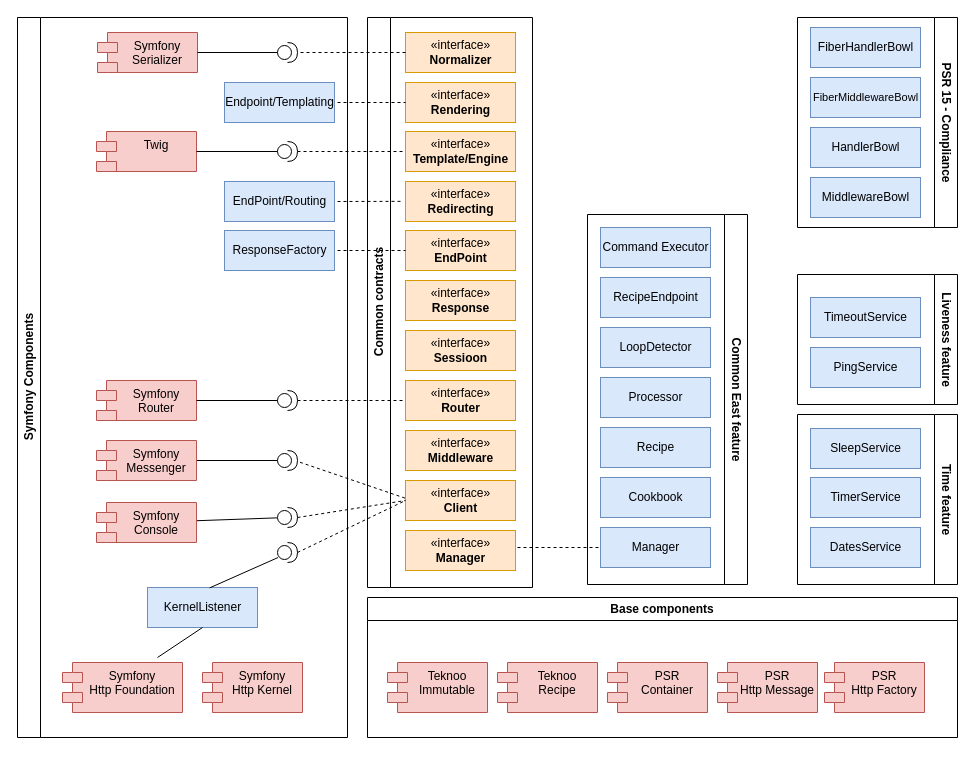
This is documentation/architecture.drawio from TeknooSoftware/east-foundation, a draw.io file, before an edit. Source tidied: cells renumbered, new cells numbered last; positions are measured from the earlier drawing's top-left corner, leaving out a move shared by most shapes. Both pictures are drawn from the tidied source at 100%, with x=0, y=0 at pixel (17, 17).
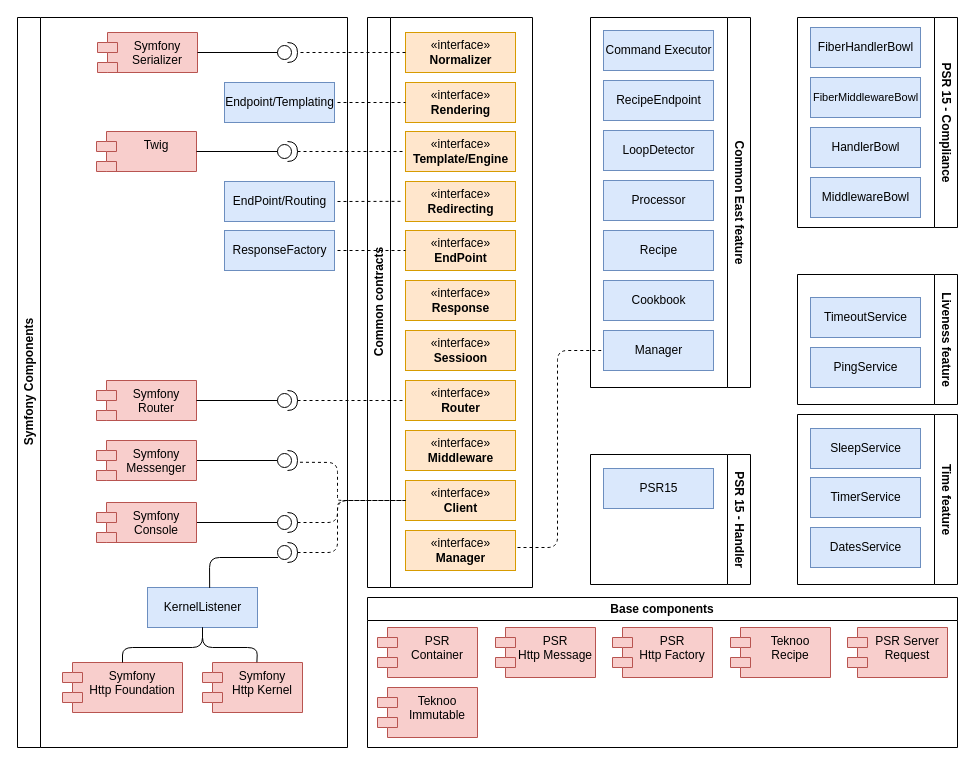
The same diagram, later.

Commit message (it also covers changes not shown here):
## [7.5.2] - 2024-02-04 ### Stable Release - Update documentation. - Require `Recipe` 4.6+

The change refers to these unchanged cells:
```xml
<mxCell id="3" value="Symfony&#10;Http Foundation" style="shape=module;align=left;spacingLeft=20;align=center;verticalAlign=top;fillColor=#f8cecc;strokeColor=#b85450;" parent="2" vertex="1">
  <mxGeometry x="45" y="645" width="120" height="50" as="geometry" />
</mxCell>
<mxCell id="4" value="Symfony&#10;Http Kernel" style="shape=module;align=left;spacingLeft=20;align=center;verticalAlign=top;fillColor=#f8cecc;strokeColor=#b85450;" parent="2" vertex="1">
  <mxGeometry x="185" y="645" width="100" height="50" as="geometry" />
</mxCell>
<mxCell id="10" style="shape=providedRequiredInterface;html=1;verticalLabelPosition=bottom;sketch=0;" parent="2" vertex="1">
  <mxGeometry x="260" y="525" width="20" height="20" as="geometry" />
</mxCell>
<mxCell id="13" style="shape=providedRequiredInterface;html=1;verticalLabelPosition=bottom;sketch=0;" parent="2" vertex="1">
  <mxGeometry x="260" y="433" width="20" height="20" as="geometry" />
</mxCell>
<mxCell id="17" value="KernelListener" style="html=1;fillColor=#dae8fc;strokeColor=#6c8ebf;" parent="2" vertex="1">
  <mxGeometry x="130" y="570" width="110" height="40" as="geometry" />
</mxCell>
<mxCell id="31" value="«interface»&lt;br&gt;&lt;b&gt;Client&lt;/b&gt;" style="html=1;fillColor=#ffe6cc;strokeColor=#d79b00;" parent="25" vertex="1">
  <mxGeometry x="38" y="463" width="110" height="40" as="geometry" />
</mxCell>
<mxCell id="43" value="Manager" style="html=1;fillColor=#dae8fc;strokeColor=#6c8ebf;" parent="42" vertex="1">
  <mxGeometry x="13" y="313" width="110" height="40" as="geometry" />
</mxCell>
```

The edit, as a diff of the source:
```diff
@@
     <mxCell id="2" value="Symfony Components" style="swimlane;horizontal=0;whiteSpace=wrap;html=1;" parent="1" vertex="1">
-      <mxGeometry width="330" height="720" as="geometry" />
+      <mxGeometry width="330" height="730" as="geometry" />
     </mxCell>
@@
     <mxCell id="9" style="shape=providedRequiredInterface;html=1;verticalLabelPosition=bottom;sketch=0;" parent="2" vertex="1">
-      <mxGeometry x="260" y="490" width="20" height="20" as="geometry" />
+      <mxGeometry x="260" y="495" width="20" height="20" as="geometry" />
     </mxCell>
@@
-    <mxCell id="18" style="endArrow=none;html=1;rounded=0;entryX=0.03;entryY=0.75;entryDx=0;entryDy=0;endFill=0;entryPerimeter=0;exitX=0.565;exitY=0.01;exitDx=0;exitDy=0;exitPerimeter=0;" parent="2" edge="1" source="17" target="10">
-      <mxGeometry relative="1" as="geometry" />
+    <mxCell id="18" style="endArrow=none;html=1;rounded=1;entryX=0.03;entryY=0.75;entryDx=0;entryDy=0;endFill=0;entryPerimeter=0;exitX=0.565;exitY=0.01;exitDx=0;exitDy=0;exitPerimeter=0;" parent="2" edge="1" source="17" target="10">
+      <mxGeometry relative="1" as="geometry">
+        <Array as="points">
+          <mxPoint x="192" y="540" />
+        </Array>
+      </mxGeometry>
     </mxCell>
+    <mxCell id="60" style="endArrow=none;html=1;rounded=1;entryX=0.5;entryY=1;entryDx=0;entryDy=0;endFill=0;exitX=0.5;exitY=0;exitDx=0;exitDy=0;" parent="2" edge="1" source="3" target="17">
+      <mxGeometry relative="1" as="geometry">
+        <Array as="points">
+          <mxPoint x="105" y="630" />
+          <mxPoint x="185" y="630" />
+        </Array>
+      </mxGeometry>
+    </mxCell>
+    <mxCell id="75" style="endArrow=none;html=1;rounded=1;entryX=0.5;entryY=1;entryDx=0;entryDy=0;endFill=0;exitX=0.544;exitY=-0.005;exitDx=0;exitDy=0;exitPerimeter=0;" parent="2" edge="1" source="4" target="17">
+      <mxGeometry relative="1" as="geometry">
+        <Array as="points">
+          <mxPoint x="240" y="630" />
+          <mxPoint x="185" y="630" />
+        </Array>
+      </mxGeometry>
+    </mxCell>
     <mxCell id="19" value="Base components" style="swimlane;whiteSpace=wrap;html=1;" parent="1" vertex="1">
-      <mxGeometry x="350" y="580" width="590" height="140" as="geometry" />
+      <mxGeometry x="350" y="580" width="590" height="150" as="geometry" />
     </mxCell>
     <mxCell id="20" value="Teknoo&#10;Recipe" style="shape=module;align=left;spacingLeft=20;align=center;verticalAlign=top;fillColor=#f8cecc;strokeColor=#b85450;" parent="19" vertex="1">
-      <mxGeometry x="130" y="65" width="100" height="50" as="geometry" />
+      <mxGeometry x="363" y="30" width="100" height="50" as="geometry" />
     </mxCell>
-    <mxCell id="21" value="Teknoo&#10;Immutable" style="shape=module;align=left;spacingLeft=20;align=center;verticalAlign=top;fillColor=#f8cecc;strokeColor=#b85450;" parent="19" vertex="1">
-      <mxGeometry x="20" y="65" width="100" height="50" as="geometry" />
-    </mxCell>
     <mxCell id="22" value="PSR&#10;Container" style="shape=module;align=left;spacingLeft=20;align=center;verticalAlign=top;fillColor=#f8cecc;strokeColor=#b85450;" parent="19" vertex="1">
-      <mxGeometry x="240" y="65" width="100" height="50" as="geometry" />
+      <mxGeometry x="10" y="30" width="100" height="50" as="geometry" />
     </mxCell>
     <mxCell id="23" value="PSR&#10;Http Message" style="shape=module;align=left;spacingLeft=20;align=center;verticalAlign=top;fillColor=#f8cecc;strokeColor=#b85450;" parent="19" vertex="1">
-      <mxGeometry x="350" y="65" width="100" height="50" as="geometry" />
+      <mxGeometry x="128" y="30" width="100" height="50" as="geometry" />
     </mxCell>
     <mxCell id="24" value="PSR&#10;Http Factory" style="shape=module;align=left;spacingLeft=20;align=center;verticalAlign=top;fillColor=#f8cecc;strokeColor=#b85450;" parent="19" vertex="1">
-      <mxGeometry x="457" y="65" width="100" height="50" as="geometry" />
+      <mxGeometry x="245" y="30" width="100" height="50" as="geometry" />
     </mxCell>
+    <mxCell id="76" value="PSR Server &#10;Request" style="shape=module;align=left;spacingLeft=20;align=center;verticalAlign=top;fillColor=#f8cecc;strokeColor=#b85450;" parent="19" vertex="1">
+      <mxGeometry x="480" y="30" width="100" height="50" as="geometry" />
+    </mxCell>
+    <mxCell id="21" value="Teknoo&#10;Immutable" style="shape=module;align=left;spacingLeft=20;align=center;verticalAlign=top;fillColor=#f8cecc;strokeColor=#b85450;" parent="19" vertex="1">
+      <mxGeometry x="10" y="90" width="100" height="50" as="geometry" />
+    </mxCell>
@@
     <mxCell id="42" value="Common East feature" style="swimlane;horizontal=0;whiteSpace=wrap;html=1;rotation=-180;" parent="1" vertex="1">
-      <mxGeometry x="570" y="197" width="160" height="370" as="geometry" />
+      <mxGeometry x="573" width="160" height="370" as="geometry" />
     </mxCell>
@@
-    <mxCell id="60" style="endArrow=none;html=1;rounded=0;entryX=0.5;entryY=1;entryDx=0;entryDy=0;endFill=0;" parent="1" edge="1" target="17">
-      <mxGeometry relative="1" as="geometry">
-        <mxPoint x="140" y="640" as="sourcePoint" />
-      </mxGeometry>
-    </mxCell>
@@
-    <mxCell id="64" style="endArrow=none;html=1;rounded=0;entryX=0.007;entryY=0.451;entryDx=0;entryDy=0;entryPerimeter=0;exitX=1.123;exitY=0.588;exitDx=0;exitDy=0;exitPerimeter=0;dashed=1;" parent="1" edge="1" source="13" target="31">
-      <mxGeometry relative="1" as="geometry" />
+    <mxCell id="64" style="endArrow=none;html=1;rounded=1;entryX=0;entryY=0.5;entryDx=0;entryDy=0;exitX=1.123;exitY=0.588;exitDx=0;exitDy=0;exitPerimeter=0;dashed=1;" parent="1" edge="1" source="13" target="31">
+      <mxGeometry relative="1" as="geometry">
+        <Array as="points">
+          <mxPoint x="320" y="445" />
+          <mxPoint x="320" y="480" />
+          <mxPoint x="320" y="483" />
+        </Array>
+      </mxGeometry>
     </mxCell>
-    <mxCell id="65" style="endArrow=none;html=1;rounded=0;exitX=1;exitY=0.5;exitDx=0;exitDy=0;exitPerimeter=0;entryX=0;entryY=0.5;entryDx=0;entryDy=0;dashed=1;" parent="1" edge="1" source="9" target="31">
-      <mxGeometry relative="1" as="geometry" />
+    <mxCell id="65" style="endArrow=none;html=1;rounded=1;exitX=1;exitY=0.5;exitDx=0;exitDy=0;exitPerimeter=0;entryX=0;entryY=0.5;entryDx=0;entryDy=0;dashed=1;" parent="1" edge="1" source="9" target="31">
+      <mxGeometry relative="1" as="geometry">
+        <Array as="points">
+          <mxPoint x="320" y="505" />
+          <mxPoint x="320" y="483" />
+        </Array>
+      </mxGeometry>
     </mxCell>
-    <mxCell id="66" style="endArrow=none;html=1;rounded=0;exitX=1;exitY=0.5;exitDx=0;exitDy=0;exitPerimeter=0;entryX=0;entryY=0.5;entryDx=0;entryDy=0;dashed=1;" parent="1" edge="1" source="10" target="31">
-      <mxGeometry relative="1" as="geometry" />
+    <mxCell id="66" style="endArrow=none;html=1;rounded=1;exitX=1;exitY=0.5;exitDx=0;exitDy=0;exitPerimeter=0;entryX=0;entryY=0.5;entryDx=0;entryDy=0;dashed=1;" parent="1" edge="1" source="10" target="31">
+      <mxGeometry relative="1" as="geometry">
+        <Array as="points">
+          <mxPoint x="320" y="535" />
+          <mxPoint x="320" y="483" />
+        </Array>
+      </mxGeometry>
     </mxCell>
-    <mxCell id="67" style="endArrow=none;html=1;rounded=0;entryX=0;entryY=0.5;entryDx=0;entryDy=0;dashed=1;" parent="1" edge="1" target="43">
+    <mxCell id="67" style="endArrow=none;html=1;rounded=1;entryX=0;entryY=0.5;entryDx=0;entryDy=0;dashed=1;" parent="1" edge="1" target="43">
       <mxGeometry relative="1" as="geometry">
         <mxPoint x="500" y="530" as="sourcePoint" />
+        <Array as="points">
+          <mxPoint x="540" y="530" />
+          <mxPoint x="540" y="333" />
+        </Array>
       </mxGeometry>
     </mxCell>
@@
+    <mxCell id="77" value="PSR 15 - Handler" style="swimlane;horizontal=0;whiteSpace=wrap;html=1;rotation=-180;" parent="1" vertex="1">
+      <mxGeometry x="573" y="437" width="160" height="130" as="geometry" />
+    </mxCell>
+    <mxCell id="78" value="PSR15" style="html=1;fillColor=#dae8fc;strokeColor=#6c8ebf;" parent="77" vertex="1">
+      <mxGeometry x="13" y="14" width="110" height="40" as="geometry" />
+    </mxCell>
```
